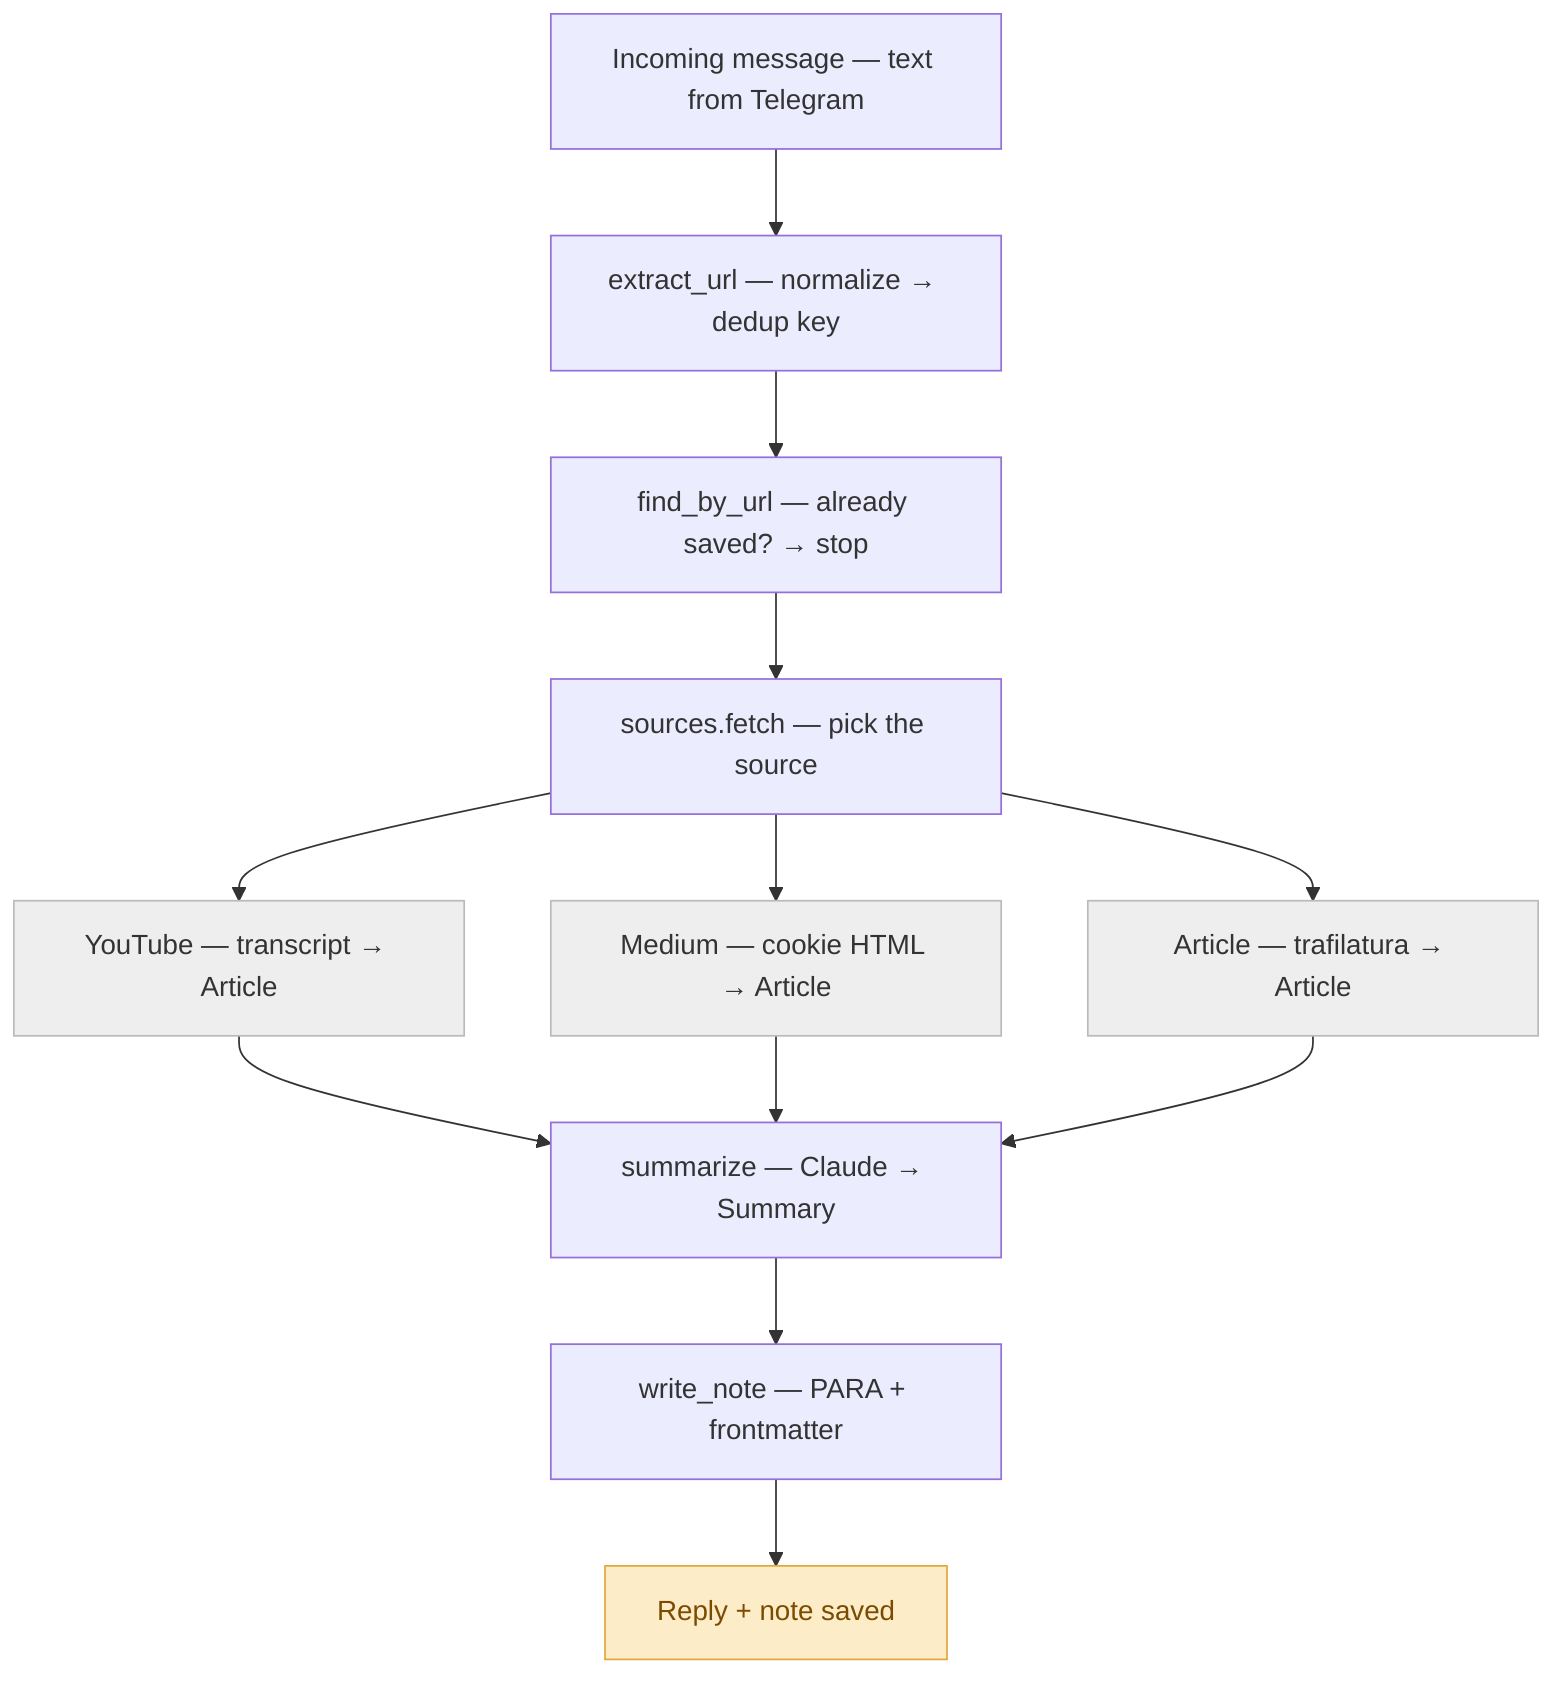
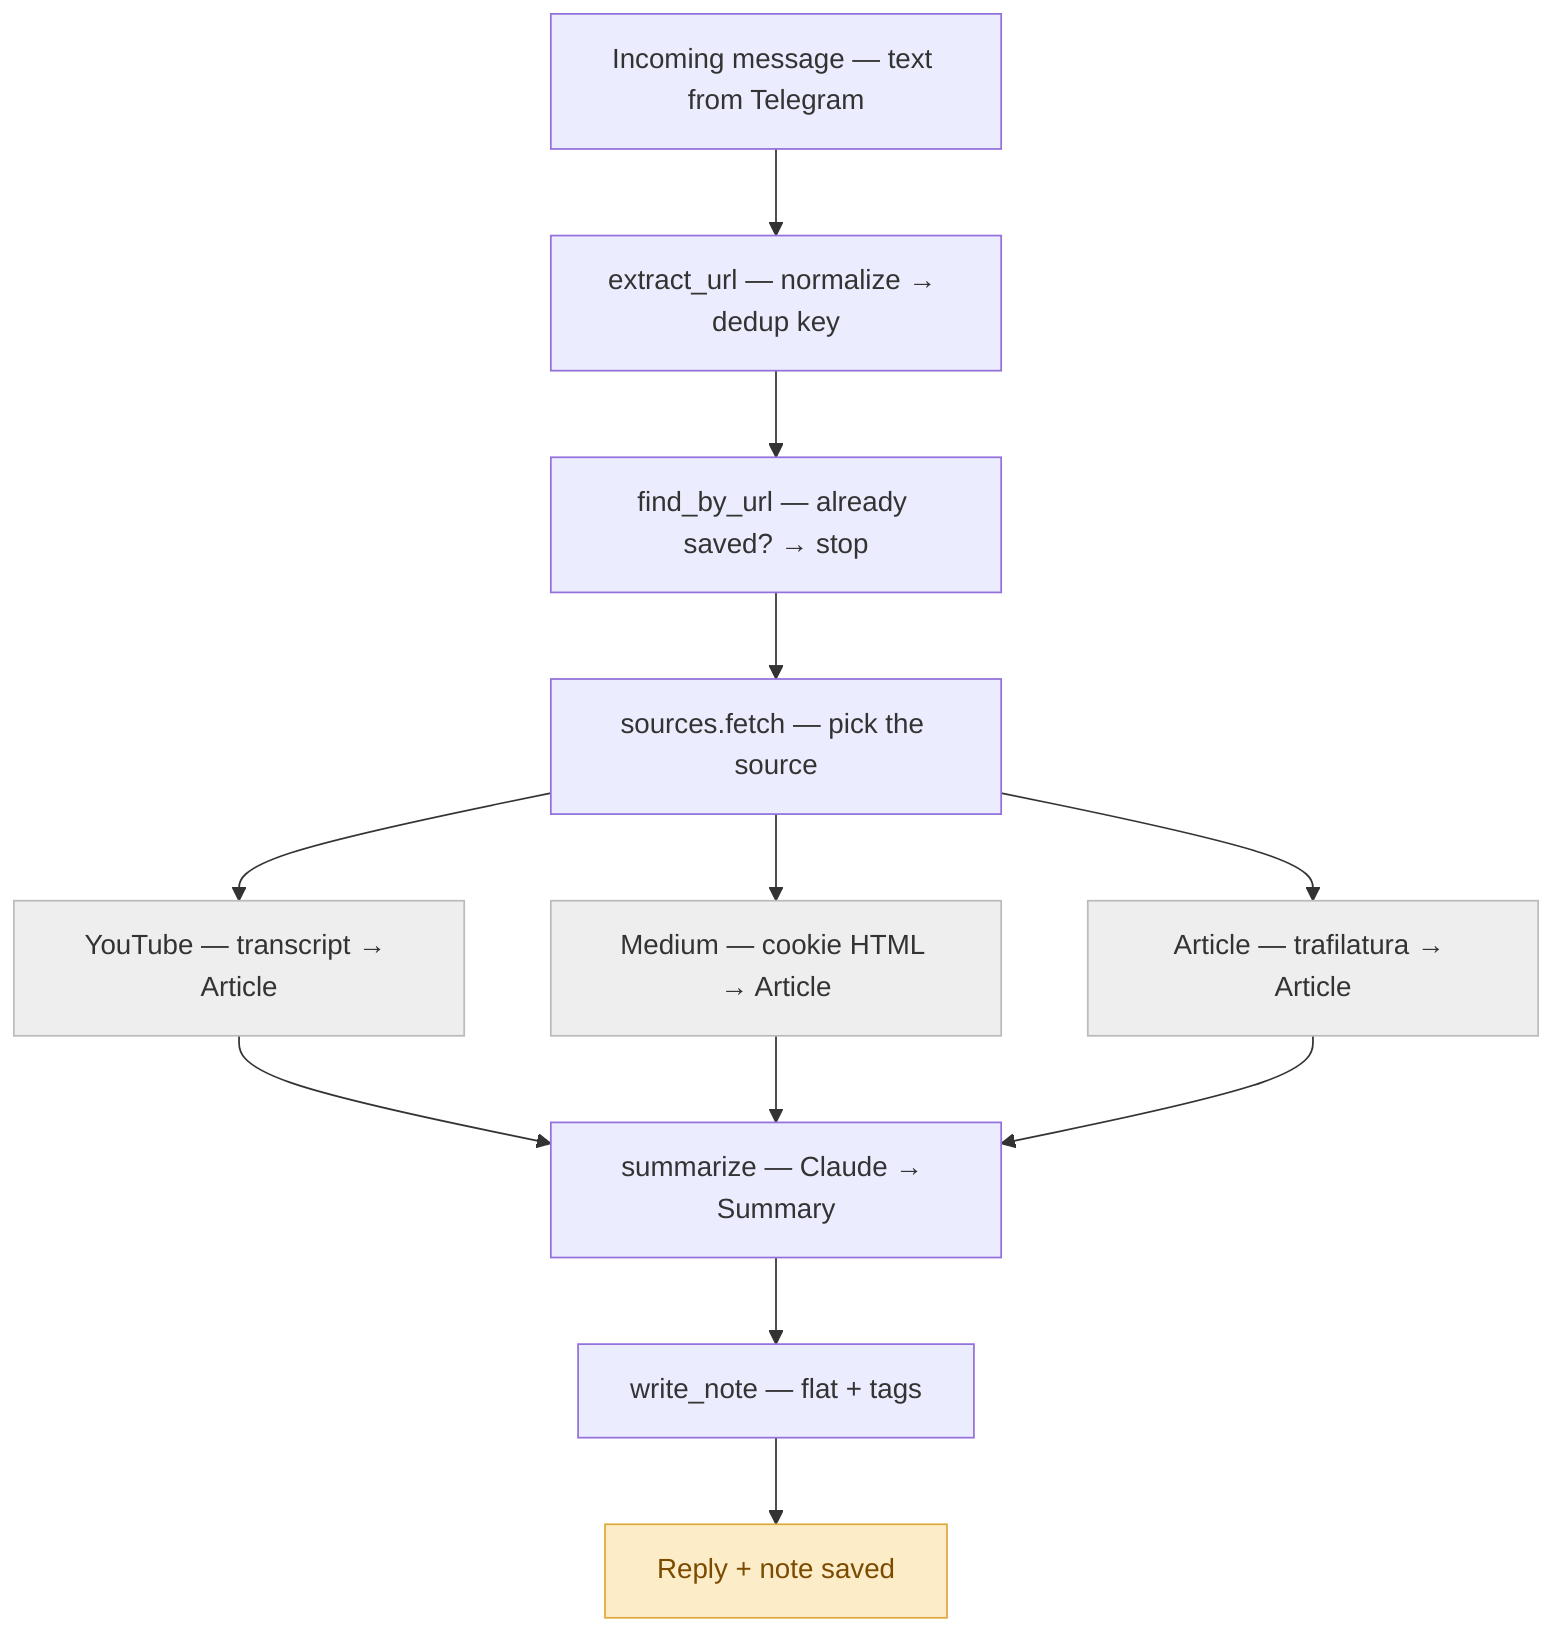
flowchart TD
    msg["Incoming message — text from Telegram"] --> extract["extract_url — normalize → dedup key"]
    extract --> dedup["find_by_url — already saved? → stop"]
    dedup --> dispatch["sources.fetch — pick the source"]
    dispatch --> yt["YouTube — transcript → Article"]
    dispatch --> md["Medium — cookie HTML → Article"]
    dispatch --> art["Article — trafilatura → Article"]
    yt --> sum["summarize — Claude → Summary"]
    md --> sum
    art --> sum
-     sum --> write["write_note — PARA + frontmatter"]
+     sum --> write["write_note — flat + tags"]
    write --> done["Reply + note saved"]

    classDef focal fill:#fdecc8,stroke:#e0a93f,color:#7a4b00;
    classDef ext fill:#eeeeee,stroke:#bbbbbb,color:#333333;
    class done focal;
    class yt,md,art ext;
